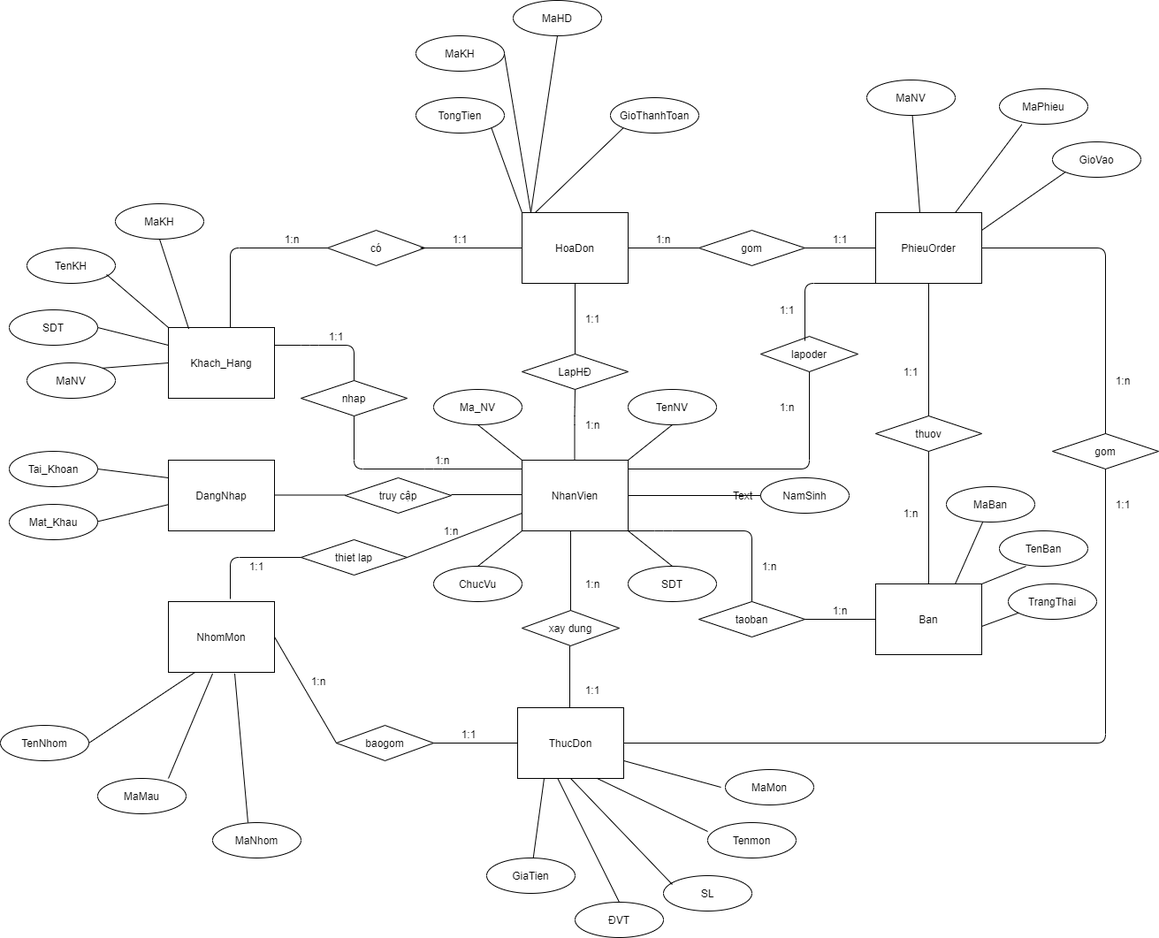
The draw.io diagram yu.png in vinh2000/123, before a commit. Source tidied: cells renumbered, new cells last; positions are measured from the earlier drawing's top-left corner, leaving out a move shared by most shapes.
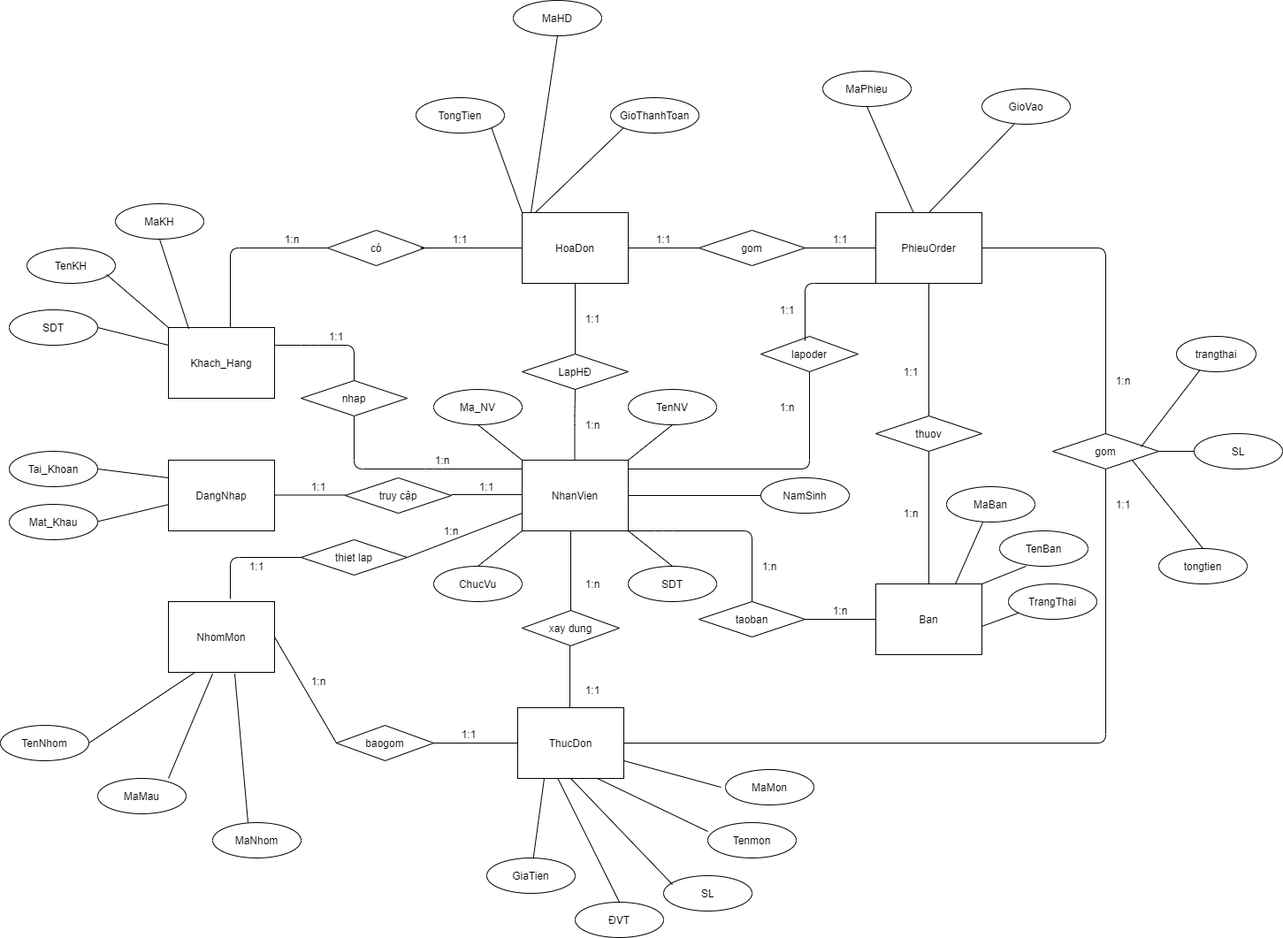
The same file after the commit.

Change to the diagram source:
```diff
@@ -154,9 +154,6 @@
         <mxPoint x="110" y="589.4" as="sourcePoint" />
       </mxGeometry>
     </mxCell>
-    <mxCell id="39" value="MaNV" style="ellipse;whiteSpace=wrap;html=1;" parent="1" vertex="1">
-      <mxGeometry x="30" y="410" width="100" height="40" as="geometry" />
-    </mxCell>
     <mxCell id="40" value="SDT" style="ellipse;whiteSpace=wrap;html=1;" parent="1" vertex="1">
       <mxGeometry x="10" y="350" width="100" height="40" as="geometry" />
     </mxCell>
@@ -166,9 +163,6 @@
     <mxCell id="42" value="MaKH" style="ellipse;whiteSpace=wrap;html=1;" parent="1" vertex="1">
       <mxGeometry x="130" y="230" width="100" height="40" as="geometry" />
     </mxCell>
-    <mxCell id="43" style="endArrow=none;html=1;entryX=0;entryY=0.5;entryDx=0;entryDy=0;exitX=1;exitY=0;exitDx=0;exitDy=0;" parent="1" edge="1" source="39" target="11">
-      <mxGeometry relative="1" as="geometry" />
-    </mxCell>
     <mxCell id="44" style="endArrow=none;html=1;entryX=0;entryY=0.25;entryDx=0;entryDy=0;" parent="1" edge="1" target="11">
       <mxGeometry relative="1" as="geometry">
         <mxPoint x="110" y="370" as="sourcePoint" />
@@ -186,9 +180,6 @@
     <mxCell id="47" value="MaHD" style="ellipse;whiteSpace=wrap;html=1;" parent="1" vertex="1">
       <mxGeometry x="580" width="100" height="40" as="geometry" />
     </mxCell>
-    <mxCell id="48" value="MaKH" style="ellipse;whiteSpace=wrap;html=1;" parent="1" vertex="1">
-      <mxGeometry x="470" y="40" width="100" height="40" as="geometry" />
-    </mxCell>
     <mxCell id="49" value="GioThanhToan" style="ellipse;whiteSpace=wrap;html=1;" parent="1" vertex="1">
       <mxGeometry x="690" y="110" width="100" height="40" as="geometry" />
     </mxCell>
@@ -205,24 +196,16 @@
         <mxPoint x="590" y="240" as="sourcePoint" />
       </mxGeometry>
     </mxCell>
-    <mxCell id="53" style="endArrow=none;html=1;entryX=1;entryY=0.5;entryDx=0;entryDy=0;" parent="1" edge="1" target="48">
-      <mxGeometry relative="1" as="geometry">
-        <mxPoint x="600" y="240" as="sourcePoint" />
-      </mxGeometry>
-    </mxCell>
     <mxCell id="54" style="endArrow=none;html=1;entryX=0.5;entryY=1;entryDx=0;entryDy=0;" parent="1" edge="1" target="47">
       <mxGeometry relative="1" as="geometry">
         <mxPoint x="600" y="240" as="sourcePoint" />
       </mxGeometry>
     </mxCell>
-    <mxCell id="55" value="MaNV" style="ellipse;whiteSpace=wrap;html=1;" parent="1" vertex="1">
-      <mxGeometry x="980" y="90" width="100" height="40" as="geometry" />
-    </mxCell>
     <mxCell id="56" value="MaPhieu" style="ellipse;whiteSpace=wrap;html=1;" parent="1" vertex="1">
-      <mxGeometry x="1130" y="100" width="100" height="40" as="geometry" />
+      <mxGeometry x="930" y="80" width="100" height="40" as="geometry" />
     </mxCell>
     <mxCell id="57" value="GioVao" style="ellipse;whiteSpace=wrap;html=1;" parent="1" vertex="1">
-      <mxGeometry x="1190" y="160" width="100" height="40" as="geometry" />
+      <mxGeometry x="1110" y="100" width="100" height="40" as="geometry" />
     </mxCell>
     <mxCell id="58" value="TenBan" style="ellipse;whiteSpace=wrap;html=1;" parent="1" vertex="1">
       <mxGeometry x="1130" y="600" width="100" height="40" as="geometry" />
@@ -332,20 +315,13 @@
         </Array>
       </mxGeometry>
     </mxCell>
-    <mxCell id="85" style="endArrow=none;html=1;entryX=0;entryY=1;entryDx=0;entryDy=0;" parent="1" edge="1" target="57">
-      <mxGeometry relative="1" as="geometry">
-        <mxPoint x="1110" y="260" as="sourcePoint" />
-      </mxGeometry>
+    <mxCell id="85" style="endArrow=none;html=1;entryX=0.367;entryY=0.992;entryDx=0;entryDy=0;exitX=0.5;exitY=0;exitDx=0;exitDy=0;entryPerimeter=0;" parent="1" edge="1" source="16" target="57">
+      <mxGeometry relative="1" as="geometry" />
     </mxCell>
-    <mxCell id="86" style="endArrow=none;html=1;entryX=0.254;entryY=1.007;entryDx=0;entryDy=0;entryPerimeter=0;" parent="1" edge="1" source="16" target="56">
+    <mxCell id="86" style="endArrow=none;html=1;entryX=0.5;entryY=1;entryDx=0;entryDy=0;" parent="1" edge="1" source="16" target="56">
       <mxGeometry relative="1" as="geometry" />
     </mxCell>
-    <mxCell id="87" style="endArrow=none;html=1;" parent="1" edge="1" target="55">
-      <mxGeometry relative="1" as="geometry">
-        <mxPoint x="1040" y="240" as="sourcePoint" />
-      </mxGeometry>
-    </mxCell>
-    <mxCell id="88" value="1:n" style="text;html=1;strokeColor=none;fillColor=none;align=center;verticalAlign=middle;whiteSpace=wrap;rounded=0;" parent="1" vertex="1">
+    <mxCell id="88" value="1:1" style="text;html=1;strokeColor=none;fillColor=none;align=center;verticalAlign=middle;whiteSpace=wrap;rounded=0;" parent="1" vertex="1">
       <mxGeometry x="730" y="260" width="40" height="20" as="geometry" />
     </mxCell>
     <mxCell id="89" value="1:1" style="text;html=1;strokeColor=none;fillColor=none;align=center;verticalAlign=middle;whiteSpace=wrap;rounded=0;" parent="1" vertex="1">
@@ -366,9 +342,6 @@
     <mxCell id="94" value="1:n" style="text;html=1;strokeColor=none;fillColor=none;align=center;verticalAlign=middle;whiteSpace=wrap;rounded=0;" parent="1" vertex="1">
       <mxGeometry x="1010" y="570" width="40" height="20" as="geometry" />
     </mxCell>
-    <mxCell id="95" value="Text" style="text;html=1;strokeColor=none;fillColor=none;align=center;verticalAlign=middle;whiteSpace=wrap;rounded=0;" parent="1" vertex="1">
-      <mxGeometry x="820" y="550" width="40" height="20" as="geometry" />
-    </mxCell>
     <mxCell id="96" value="xay dung" style="rhombus;whiteSpace=wrap;html=1;" parent="1" vertex="1">
       <mxGeometry x="590" y="690" width="110" height="40" as="geometry" />
     </mxCell>
@@ -505,5 +478,33 @@
     <mxCell id="126" value="1:1" style="text;html=1;strokeColor=none;fillColor=none;align=center;verticalAlign=middle;whiteSpace=wrap;rounded=0;" parent="1" vertex="1">
       <mxGeometry x="510" y="820" width="40" height="20" as="geometry" />
     </mxCell>
+    <mxCell id="127" value="1:1" style="text;html=1;strokeColor=none;fillColor=none;align=center;verticalAlign=middle;whiteSpace=wrap;rounded=0;" parent="1" vertex="1">
+      <mxGeometry x="340" y="540" width="40" height="20" as="geometry" />
+    </mxCell>
+    <mxCell id="128" value="1:1" style="text;html=1;strokeColor=none;fillColor=none;align=center;verticalAlign=middle;whiteSpace=wrap;rounded=0;" parent="1" vertex="1">
+      <mxGeometry x="530" y="540" width="40" height="20" as="geometry" />
+    </mxCell>
+    <mxCell id="129" value="trangthai" style="ellipse;whiteSpace=wrap;html=1;" parent="1" vertex="1">
+      <mxGeometry x="1330" y="380" width="90" height="40" as="geometry" />
+    </mxCell>
+    <mxCell id="130" style="endArrow=none;html=1;entryX=0.296;entryY=0.95;entryDx=0;entryDy=0;entryPerimeter=0;" parent="1" edge="1" target="129">
+      <mxGeometry relative="1" as="geometry">
+        <mxPoint x="1290" y="505" as="sourcePoint" />
+      </mxGeometry>
+    </mxCell>
+    <mxCell id="131" value="tongtien" style="ellipse;whiteSpace=wrap;html=1;" parent="1" vertex="1">
+      <mxGeometry x="1310" y="620" width="100" height="40" as="geometry" />
+    </mxCell>
+    <mxCell id="132" style="endArrow=none;html=1;entryX=1;entryY=1;entryDx=0;entryDy=0;exitX=0.5;exitY=0;exitDx=0;exitDy=0;" parent="1" edge="1" source="131" target="23">
+      <mxGeometry relative="1" as="geometry" />
+    </mxCell>
+    <mxCell id="133" value="SL" style="ellipse;whiteSpace=wrap;html=1;" parent="1" vertex="1">
+      <mxGeometry x="1350" y="490" width="100" height="40" as="geometry" />
+    </mxCell>
+    <mxCell id="134" style="endArrow=none;html=1;entryX=0;entryY=0.5;entryDx=0;entryDy=0;" parent="1" edge="1" target="133">
+      <mxGeometry relative="1" as="geometry">
+        <mxPoint x="1310" y="510" as="sourcePoint" />
+      </mxGeometry>
+    </mxCell>
   </root>
 </mxGraphModel>
```
